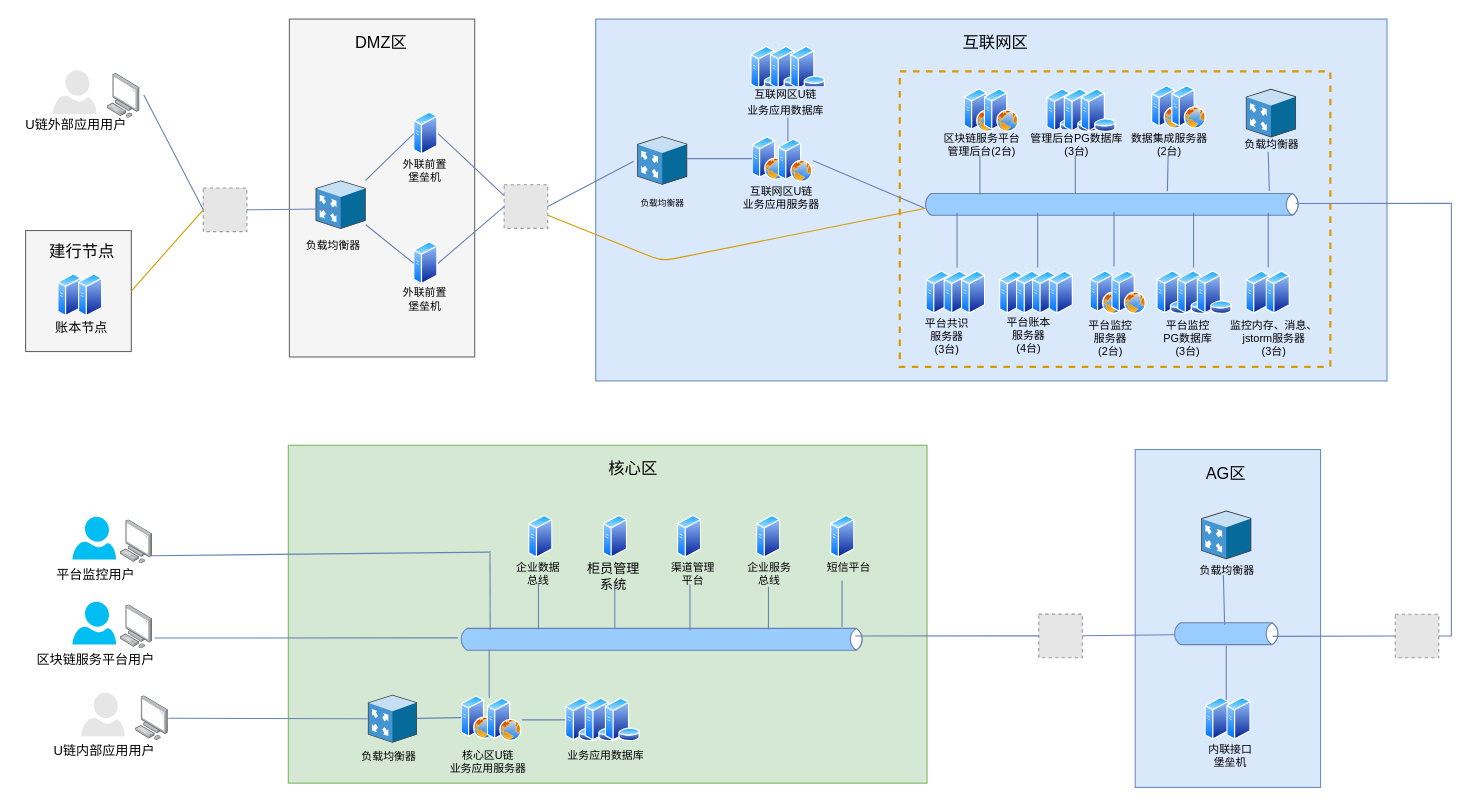
dilide/collections keeps this draw.io diagram as repository/drawio/postb/系统拓扑图.drawio. Above is the earlier version. Source tidied: cells renumbered, new cells numbered last; positions are measured from the earlier drawing's top-left corner, leaving out a move shared by most shapes. Both pictures are drawn from the tidied source at 109%, with x=0, y=0 at pixel (19, 19). Pictures stored in the file or linked from it are replaced by grey dashed boxes.
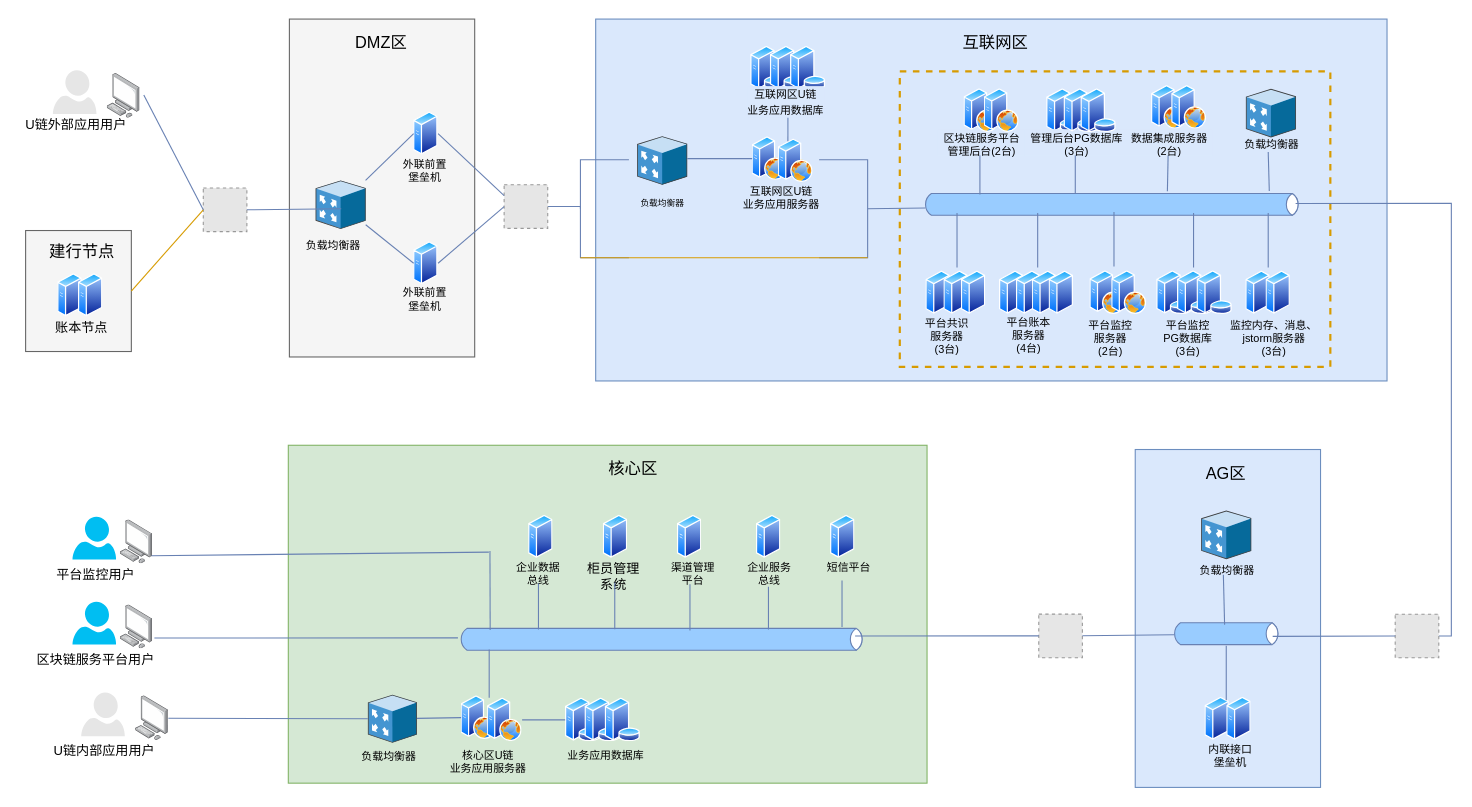
The same diagram, later.

Commit message:
Update 系统拓扑图.drawio

The change refers to these unchanged cells:
```xml
<mxCell id="5" style="html=1;fillColor=#99CCFF;strokeColor=#6881B3;gradientColor=none;gradientDirection=north;strokeWidth=1;shape=mxgraph.networks.bus;gradientColor=none;gradientDirection=north;fontColor=#ffffff;perimeter=backbonePerimeter;backboneSize=20;align=center;fontSize=12;" parent="1" vertex="1">
  <mxGeometry x="829" y="165" width="347" height="10" as="geometry" />
</mxCell>
<mxCell id="15" style="fillColor=#E6E6E6;strokeColor=#999999;dashed=1;html=1;verticalAlign=top;verticalLabelPosition=bottom;labelBackgroundColor=#ffffff;fontSize=12;align=center;" parent="1" vertex="1">
  <mxGeometry x="445" y="152" width="40" height="40" as="geometry" />
</mxCell>
<mxCell id="17" style="shadow=0;dashed=0;html=1;labelPosition=center;verticalLabelPosition=bottom;verticalAlign=top;align=center;outlineConnect=0;shape=mxgraph.veeam.3d.proxy_appliance;direction=east;" parent="1" vertex="1">
  <mxGeometry x="567" y="107.5" width="46" height="44.6" as="geometry" />
</mxCell>
<mxCell id="22" style="perimeter=ellipsePerimeter;html=1;align=center;shadow=0;dashed=0;spacingTop=3;image;image=img/lib/active_directory/web_server.svg;strokeColor=#6881B3;strokeWidth=1;fillColor=#99CCFF;fontSize=12;" parent="20" vertex="1">
  <mxGeometry x="24" y="2" width="32" height="40" as="geometry" />
</mxCell>
```

Change to the diagram source:
```diff
@@
+    <mxCell id="147" style="edgeStyle=orthogonalEdgeStyle;rounded=0;jettySize=auto;html=1;exitX=1;exitY=0.5;exitDx=0;exitDy=0;entryX=0.5;entryY=1;entryDx=0;entryDy=0;strokeColor=#6881B3;fontSize=12;jumpSize=6;endArrow=none;endFill=0;" parent="1" edge="1" source="15" target="148">
+      <mxGeometry relative="1" as="geometry" />
+    </mxCell>
@@
-    <mxCell id="18" style="endArrow=none;html=1;strokeColor=#6881B3;strokeWidth=1;fontSize=12;entryX=-0.066;entryY=0.515;entryDx=0;entryDy=0;entryPerimeter=0;exitX=1;exitY=0.5;exitDx=0;exitDy=0;exitPerimeter=0;" parent="1" edge="1" source="15" target="17">
-      <mxGeometry relative="1" as="geometry" />
-    </mxCell>
@@
-    <mxCell id="145" style="endArrow=none;html=1;strokeColor=#d79b00;fontSize=12;entryX=0.011;entryY=0.829;entryDx=0;entryDy=0;entryPerimeter=0;fillColor=#ffe6cc;" parent="1" edge="1" source="15" target="5">
-      <mxGeometry relative="1" as="geometry">
-        <Array as="points">
-          <mxPoint x="590" y="222" />
-        </Array>
-      </mxGeometry>
-    </mxCell>
-    <mxCell id="146" style="endArrow=none;html=1;strokeColor=#6881B3;fontSize=12;exitX=1;exitY=0.5;exitDx=0;exitDy=0;" parent="1" edge="1" source="22">
-      <mxGeometry relative="1" as="geometry">
-        <mxPoint x="830" y="173" as="targetPoint" />
-      </mxGeometry>
-    </mxCell>
+    <mxCell id="148" style="shape=partialRectangle;whiteSpace=wrap;html=1;bottom=1;right=1;left=1;top=0;fillColor=none;routingCenterX=-0.5;fontSize=12;align=center;direction=south;strokeColor=#6881B3;" parent="1" vertex="1">
+      <mxGeometry x="515" y="129" width="44" height="90" as="geometry" />
+    </mxCell>
+    <mxCell id="149" style="shape=partialRectangle;whiteSpace=wrap;html=1;bottom=1;right=1;left=1;top=0;fillColor=none;routingCenterX=-0.5;fontSize=12;align=center;direction=north;strokeColor=#6881B3;" parent="1" vertex="1">
+      <mxGeometry x="734.5" y="129" width="44" height="90" as="geometry" />
+    </mxCell>
+    <mxCell id="150" style="endArrow=none;html=1;strokeColor=#d79b00;fontSize=12;exitX=1;exitY=1;exitDx=0;exitDy=0;entryX=0;entryY=1;entryDx=0;entryDy=0;fillColor=#ffe6cc;" parent="1" edge="1" source="148" target="149">
+      <mxGeometry relative="1" as="geometry" />
+    </mxCell>
+    <mxCell id="151" style="endArrow=none;html=1;strokeColor=#6881B3;fontSize=12;exitX=0.5;exitY=1;exitDx=0;exitDy=0;entryX=0.007;entryY=0.829;entryDx=0;entryDy=0;entryPerimeter=0;" parent="1" edge="1" source="149" target="5">
+      <mxGeometry relative="1" as="geometry" />
+    </mxCell>
```
